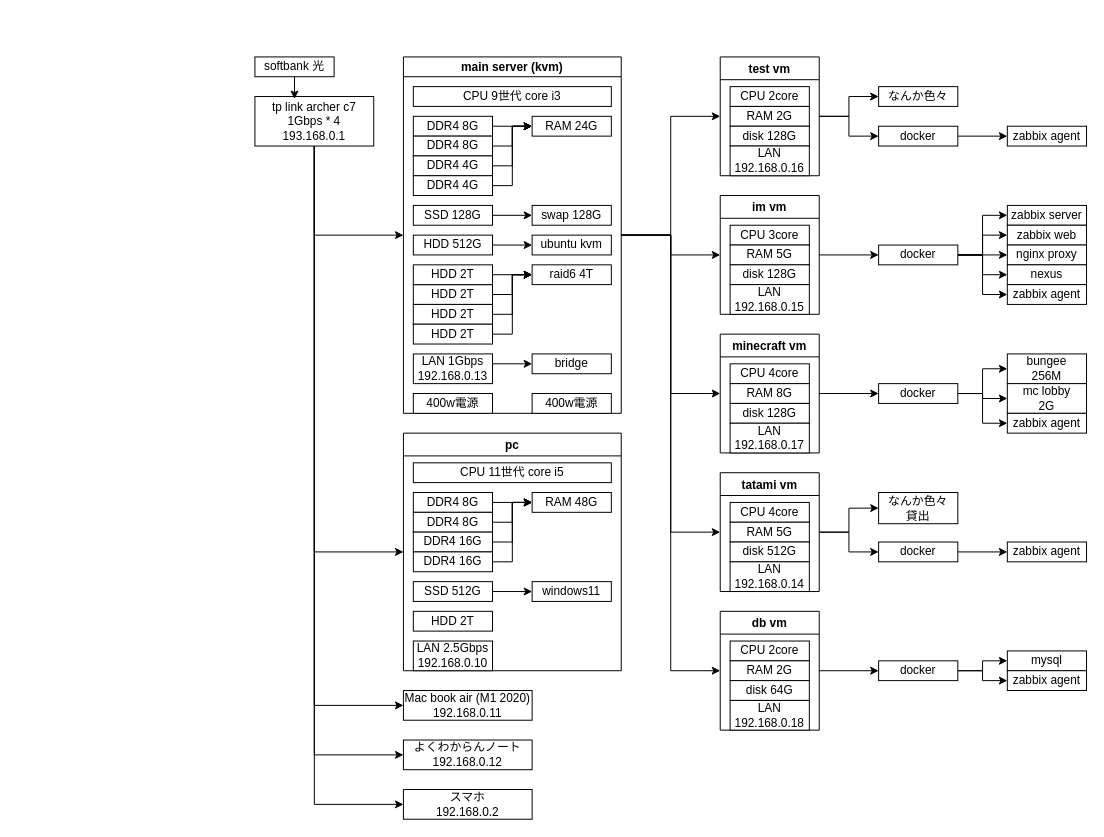
Earlier version of the draw.io diagram config.dio (kigawa01/kigawa01). Source tidied: cells renumbered, new cells numbered last; positions are measured from the earlier drawing's top-left corner, leaving out a move shared by most shapes. Both pictures are drawn from the tidied source at 99%, with x=0, y=0 at pixel (254, 56).
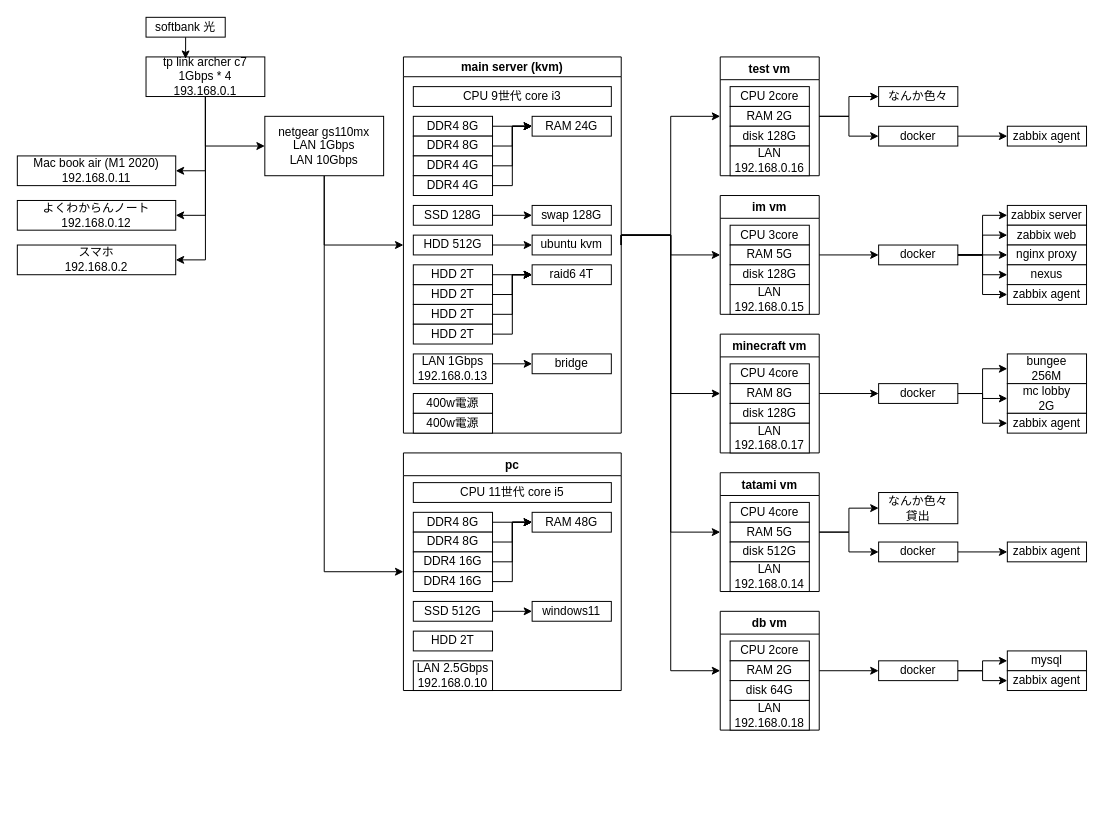
After the change.

The change refers to these unchanged cells:
```xml
<mxCell id="70" value="im vm" style="swimlane;" parent="1" vertex="1">
  <mxGeometry x="470" y="140" width="100" height="120" as="geometry" />
</mxCell>
<mxCell id="76" value="minecraft vm" style="swimlane;" parent="1" vertex="1">
  <mxGeometry x="470" y="280" width="100" height="120" as="geometry" />
</mxCell>
<mxCell id="83" value="tatami vm" style="swimlane;startSize=23;" parent="1" vertex="1">
  <mxGeometry x="470" y="420" width="100" height="120" as="geometry" />
</mxCell>
<mxCell id="89" value="db vm" style="swimlane;startSize=23;" parent="1" vertex="1">
  <mxGeometry x="470" y="560" width="100" height="120" as="geometry" />
</mxCell>
```

Change to the diagram source:
```diff
@@
     <mxCell id="3" style="edgeStyle=orthogonalEdgeStyle;rounded=0;html=1;exitX=1;exitY=0.5;exitDx=0;exitDy=0;entryX=0;entryY=0.5;entryDx=0;entryDy=0;" parent="1" edge="1" source="7" target="70">
-      <mxGeometry relative="1" as="geometry" />
+      <mxGeometry relative="1" as="geometry">
+        <Array as="points">
+          <mxPoint x="370" y="180" />
+          <mxPoint x="420" y="180" />
+          <mxPoint x="420" y="200" />
+        </Array>
+      </mxGeometry>
     </mxCell>
     <mxCell id="4" style="edgeStyle=orthogonalEdgeStyle;rounded=0;html=1;exitX=1;exitY=0.5;exitDx=0;exitDy=0;entryX=0;entryY=0.5;entryDx=0;entryDy=0;" parent="1" edge="1" source="7" target="83">
-      <mxGeometry relative="1" as="geometry" />
+      <mxGeometry relative="1" as="geometry">
+        <Array as="points">
+          <mxPoint x="370" y="180" />
+          <mxPoint x="420" y="180" />
+          <mxPoint x="420" y="480" />
+        </Array>
+      </mxGeometry>
     </mxCell>
     <mxCell id="5" style="edgeStyle=orthogonalEdgeStyle;rounded=0;html=1;exitX=1;exitY=0.5;exitDx=0;exitDy=0;entryX=0;entryY=0.5;entryDx=0;entryDy=0;" parent="1" edge="1" source="7" target="76">
-      <mxGeometry relative="1" as="geometry" />
+      <mxGeometry relative="1" as="geometry">
+        <Array as="points">
+          <mxPoint x="370" y="180" />
+          <mxPoint x="420" y="180" />
+          <mxPoint x="420" y="340" />
+        </Array>
+      </mxGeometry>
     </mxCell>
     <mxCell id="6" style="edgeStyle=orthogonalEdgeStyle;rounded=0;html=1;exitX=1;exitY=0.5;exitDx=0;exitDy=0;entryX=0;entryY=0.5;entryDx=0;entryDy=0;" parent="1" edge="1" source="7" target="89">
-      <mxGeometry relative="1" as="geometry" />
+      <mxGeometry relative="1" as="geometry">
+        <Array as="points">
+          <mxPoint x="370" y="180" />
+          <mxPoint x="420" y="180" />
+          <mxPoint x="420" y="620" />
+        </Array>
+      </mxGeometry>
     </mxCell>
     <mxCell id="7" value="main server (kvm)" style="swimlane;startSize=20;" parent="1" vertex="1">
-      <mxGeometry x="150" width="220" height="360" as="geometry" />
+      <mxGeometry x="150" width="220" height="380" as="geometry" />
     </mxCell>
@@
     <mxCell id="23" value="400w電源" style="rounded=0;whiteSpace=wrap;html=1;" parent="7" vertex="1">
-      <mxGeometry x="130" y="340" width="80" height="20" as="geometry" />
+      <mxGeometry x="10" y="360" width="80" height="20" as="geometry" />
     </mxCell>
@@
-    <mxCell id="38" style="edgeStyle=orthogonalEdgeStyle;rounded=0;html=1;exitX=0.5;exitY=1;exitDx=0;exitDy=0;entryX=0;entryY=0.5;entryDx=0;entryDy=0;" parent="1" edge="1" source="43" target="7">
-      <mxGeometry relative="1" as="geometry" />
-    </mxCell>
-    <mxCell id="39" style="edgeStyle=orthogonalEdgeStyle;rounded=0;html=1;exitX=0.5;exitY=1;exitDx=0;exitDy=0;entryX=0;entryY=0.5;entryDx=0;entryDy=0;" parent="1" edge="1" source="43" target="46">
-      <mxGeometry relative="1" as="geometry" />
-    </mxCell>
+    <mxCell id="41" style="edgeStyle=orthogonalEdgeStyle;rounded=0;html=1;exitX=0.5;exitY=1;exitDx=0;exitDy=0;entryX=1;entryY=0.5;entryDx=0;entryDy=0;" parent="1" edge="1" source="43" target="117">
+      <mxGeometry relative="1" as="geometry" />
+    </mxCell>
-    <mxCell id="40" style="edgeStyle=orthogonalEdgeStyle;rounded=0;html=1;exitX=0.5;exitY=1;exitDx=0;exitDy=0;entryX=0;entryY=0.5;entryDx=0;entryDy=0;" parent="1" edge="1" source="43" target="116">
+    <mxCell id="40" style="edgeStyle=orthogonalEdgeStyle;html=1;exitX=0.5;exitY=1;exitDx=0;exitDy=0;entryX=1;entryY=0.5;entryDx=0;entryDy=0;rounded=0;" parent="1" edge="1" source="43" target="116">
       <mxGeometry relative="1" as="geometry" />
     </mxCell>
-    <mxCell id="41" style="edgeStyle=orthogonalEdgeStyle;rounded=0;html=1;exitX=0.5;exitY=1;exitDx=0;exitDy=0;entryX=0;entryY=0.5;entryDx=0;entryDy=0;" parent="1" edge="1" source="43" target="117">
-      <mxGeometry relative="1" as="geometry" />
-    </mxCell>
-    <mxCell id="42" style="edgeStyle=orthogonalEdgeStyle;rounded=0;html=1;exitX=0.5;exitY=1;exitDx=0;exitDy=0;entryX=0;entryY=0.5;entryDx=0;entryDy=0;" parent="1" edge="1" source="43" target="118">
+    <mxCell id="42" style="edgeStyle=orthogonalEdgeStyle;rounded=0;html=1;exitX=0.5;exitY=1;exitDx=0;exitDy=0;entryX=1;entryY=0.5;entryDx=0;entryDy=0;" parent="1" edge="1" source="43" target="118">
       <mxGeometry relative="1" as="geometry" />
     </mxCell>
+    <mxCell id="128" style="edgeStyle=orthogonalEdgeStyle;rounded=0;html=1;exitX=0.5;exitY=1;exitDx=0;exitDy=0;entryX=0;entryY=0.5;entryDx=0;entryDy=0;" parent="1" edge="1" source="43" target="131">
+      <mxGeometry relative="1" as="geometry" />
+    </mxCell>
     <mxCell id="43" value="tp link archer c7&lt;br&gt;1Gbps * 4&lt;br&gt;193.168.0.1" style="rounded=0;whiteSpace=wrap;html=1;" parent="1" vertex="1">
-      <mxGeometry y="40" width="120" height="50" as="geometry" />
+      <mxGeometry x="-110" width="120" height="40" as="geometry" />
     </mxCell>
@@
     <mxCell id="45" value="softbank 光" style="rounded=0;whiteSpace=wrap;html=1;" parent="1" vertex="1">
-      <mxGeometry width="80" height="20" as="geometry" />
+      <mxGeometry x="-110" y="-40" width="80" height="20" as="geometry" />
     </mxCell>
     <mxCell id="46" value="pc" style="swimlane;" parent="1" vertex="1">
-      <mxGeometry x="150" y="380" width="220" height="240" as="geometry" />
+      <mxGeometry x="150" y="400" width="220" height="240" as="geometry" />
     </mxCell>
@@
     <mxCell id="116" value="Mac book air (M1 2020)&lt;br&gt;192.168.0.11" style="rounded=0;whiteSpace=wrap;html=1;" parent="1" vertex="1">
-      <mxGeometry x="150" y="640" width="130" height="30" as="geometry" />
+      <mxGeometry x="-240" y="100" width="160" height="30" as="geometry" />
     </mxCell>
     <mxCell id="117" value="よくわからんノート&lt;br&gt;192.168.0.12" style="rounded=0;whiteSpace=wrap;html=1;" parent="1" vertex="1">
-      <mxGeometry x="150" y="690" width="130" height="30" as="geometry" />
+      <mxGeometry x="-240" y="145" width="160" height="30" as="geometry" />
     </mxCell>
     <mxCell id="118" value="スマホ&lt;br&gt;192.168.0.2" style="rounded=0;whiteSpace=wrap;html=1;" parent="1" vertex="1">
-      <mxGeometry x="150" y="740" width="130" height="30" as="geometry" />
+      <mxGeometry x="-240" y="190" width="160" height="30" as="geometry" />
     </mxCell>
@@
+    <mxCell id="129" style="edgeStyle=orthogonalEdgeStyle;rounded=0;html=1;exitX=0.5;exitY=1;exitDx=0;exitDy=0;entryX=0;entryY=0.5;entryDx=0;entryDy=0;" parent="1" edge="1" source="131" target="7">
+      <mxGeometry relative="1" as="geometry" />
+    </mxCell>
+    <mxCell id="130" style="edgeStyle=orthogonalEdgeStyle;rounded=0;html=1;exitX=0.5;exitY=1;exitDx=0;exitDy=0;entryX=0;entryY=0.5;entryDx=0;entryDy=0;" parent="1" edge="1" source="131" target="46">
+      <mxGeometry relative="1" as="geometry" />
+    </mxCell>
+    <mxCell id="131" value="netgear gs110mx&lt;br&gt;LAN 1Gbps&lt;br&gt;LAN 10Gbps" style="rounded=0;whiteSpace=wrap;html=1;" parent="1" vertex="1">
+      <mxGeometry x="10" y="60" width="120" height="60" as="geometry" />
+    </mxCell>
```
